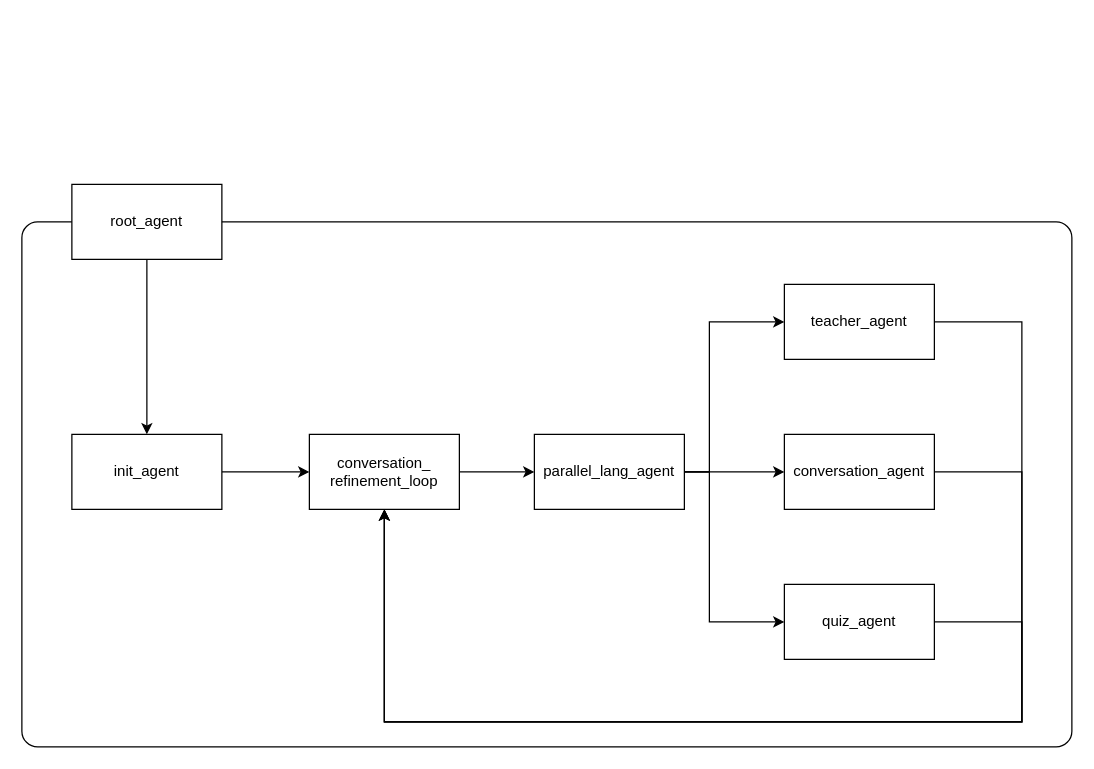
Earlier version of the draw.io diagram public/AgentClevelandArchitecture.drawio (lt-shy-john/agent-cleveland). Source tidied: cells renumbered, new cells numbered last; positions are measured from the earlier drawing's top-left corner, leaving out a move shared by most shapes. Both pictures are drawn from the tidied source at 125%, with x=0, y=0 at pixel (21, 184).
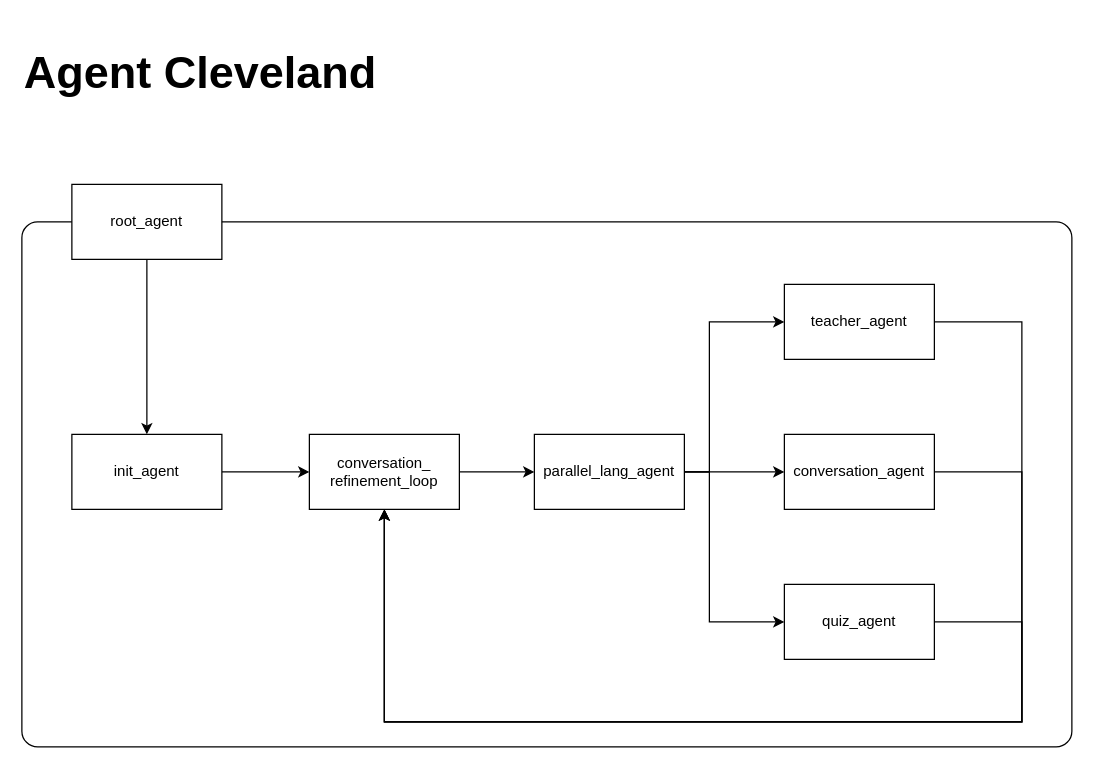
The same diagram, later.

Diff of the diagram source:
```diff
@@
+    <mxCell id="19" value="Agent Cleveland" style="text;html=1;whiteSpace=wrap;strokeColor=none;fillColor=none;align=left;verticalAlign=middle;rounded=0;fontStyle=1;fontSize=36;" parent="1" vertex="1">
+      <mxGeometry y="-130" width="480" height="80" as="geometry" />
+    </mxCell>
```
